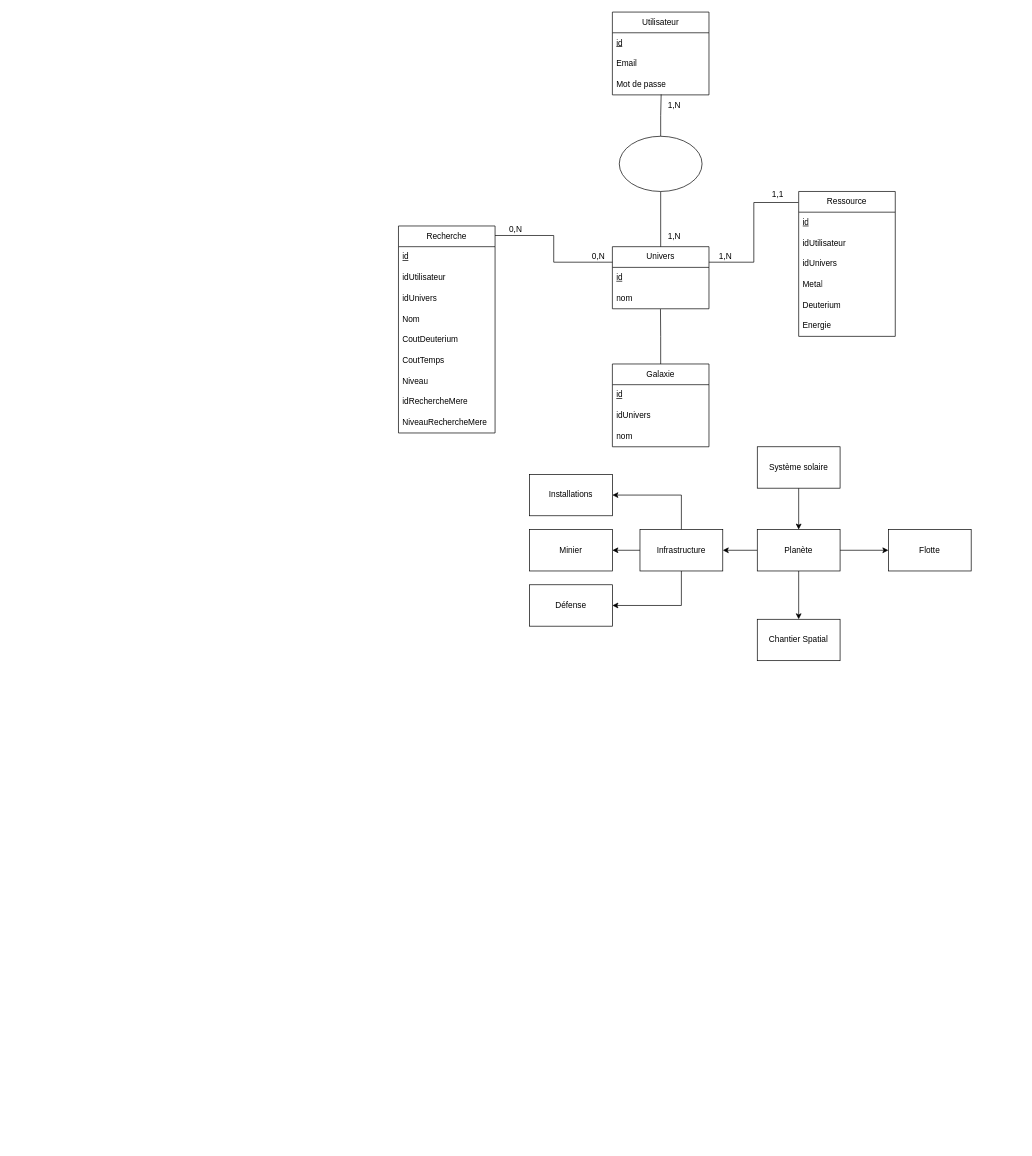
Above: Documents/ESIREM_Galactique.drawio in l-chapus/ProjetWEB (draw.io), before the change. Source tidied: cells renumbered, new cells numbered last; positions are measured from the earlier drawing's top-left corner, leaving out a move shared by most shapes. Both pictures are drawn from the tidied source at 69%, with x=0, y=0 at pixel (398, 12).
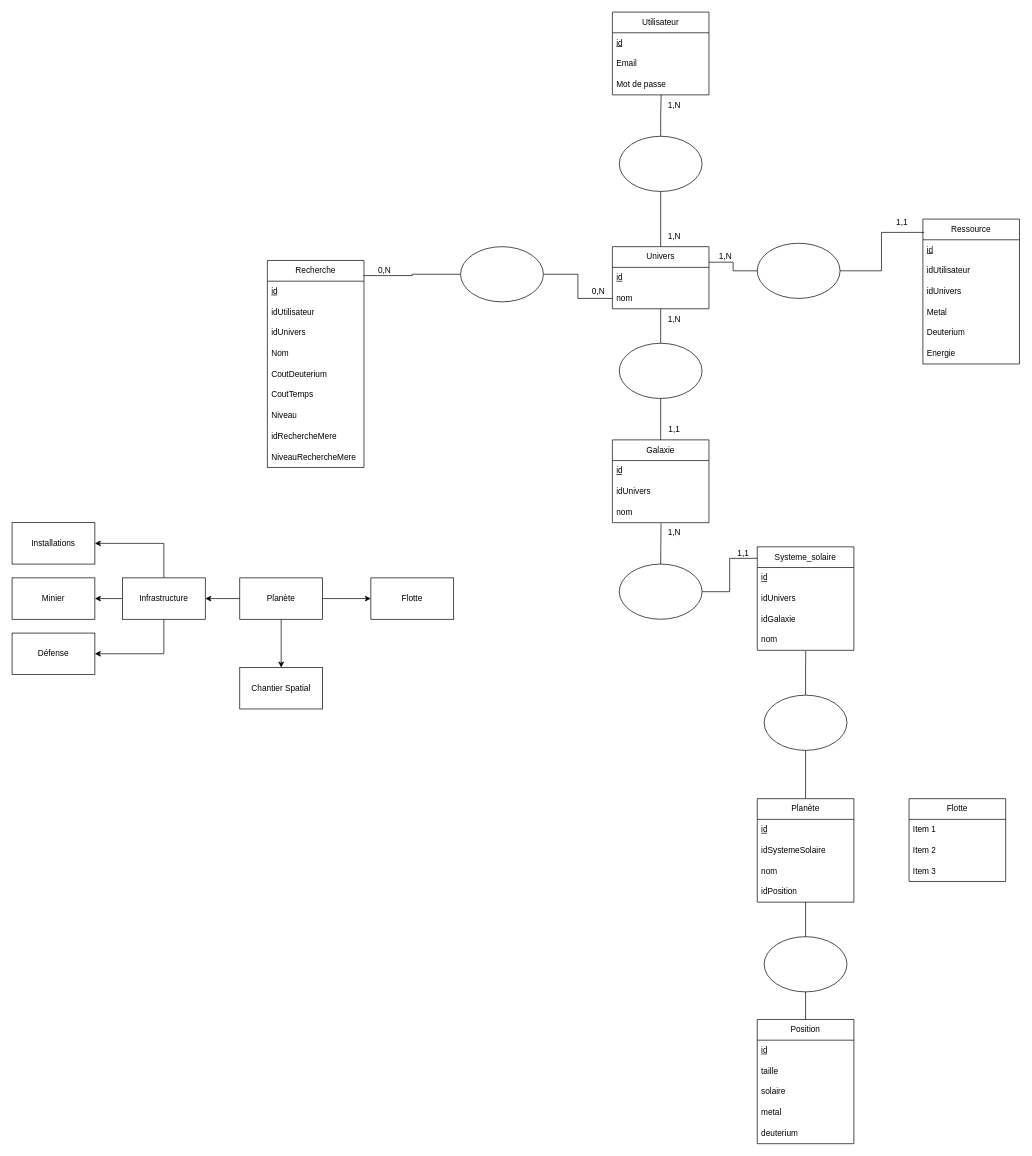
The same diagram, later.

The change refers to these unchanged cells:
```xml
<mxCell id="21" value="Univers" style="swimlane;fontStyle=0;horizontal=1;startSize=30;whiteSpace=wrap;html=1;" parent="1" vertex="1">
  <mxGeometry x="310" y="340" width="140" height="90" as="geometry" />
</mxCell>
<mxCell id="23" value="nom" style="text;strokeColor=none;fillColor=none;align=left;verticalAlign=middle;spacingLeft=4;spacingRight=4;overflow=hidden;points=[[0,0.5],[1,0.5]];portConstraint=eastwest;whiteSpace=wrap;html=1;" parent="21" vertex="1">
  <mxGeometry y="60" width="140" height="30" as="geometry" />
</mxCell>
<mxCell id="52" value="nom" style="text;strokeColor=none;fillColor=none;align=left;verticalAlign=middle;spacingLeft=4;spacingRight=4;overflow=hidden;points=[[0,0.5],[1,0.5]];portConstraint=eastwest;whiteSpace=wrap;html=1;" parent="49" vertex="1">
  <mxGeometry y="90" width="140" height="30" as="geometry" />
</mxCell>
```

Change to the diagram source:
```diff
@@
-    <mxCell id="2" style="edgeStyle=orthogonalEdgeStyle;rounded=0;jettySize=auto;html=1;exitX=0.5;exitY=1;exitDx=0;exitDy=0;entryX=0.5;entryY=0;entryDx=0;entryDy=0;" parent="1" edge="1" source="3" target="7">
-      <mxGeometry relative="1" as="geometry" />
-    </mxCell>
-    <mxCell id="3" value="Système solaire" style="rounded=0;whiteSpace=wrap;html=1;" parent="1" vertex="1">
-      <mxGeometry x="520" y="630" width="120" height="60" as="geometry" />
-    </mxCell>
@@
     <mxCell id="7" value="Planète" style="rounded=0;whiteSpace=wrap;html=1;" parent="1" vertex="1">
-      <mxGeometry x="520" y="750" width="120" height="60" as="geometry" />
+      <mxGeometry x="-230" y="820" width="120" height="60" as="geometry" />
     </mxCell>
     <mxCell id="8" value="Chantier Spatial" style="rounded=0;whiteSpace=wrap;html=1;" parent="1" vertex="1">
-      <mxGeometry x="520" y="880" width="120" height="60" as="geometry" />
+      <mxGeometry x="-230" y="950" width="120" height="60" as="geometry" />
     </mxCell>
     <mxCell id="9" value="Flotte" style="rounded=0;whiteSpace=wrap;html=1;" parent="1" vertex="1">
-      <mxGeometry x="710" y="750" width="120" height="60" as="geometry" />
+      <mxGeometry x="-40" y="820" width="120" height="60" as="geometry" />
     </mxCell>
@@
     <mxCell id="13" value="Infrastructure" style="rounded=0;whiteSpace=wrap;html=1;" parent="1" vertex="1">
-      <mxGeometry x="350" y="750" width="120" height="60" as="geometry" />
+      <mxGeometry x="-400" y="820" width="120" height="60" as="geometry" />
     </mxCell>
     <mxCell id="14" value="Défense" style="rounded=0;whiteSpace=wrap;html=1;" parent="1" vertex="1">
-      <mxGeometry x="190" y="830" width="120" height="60" as="geometry" />
+      <mxGeometry x="-560" y="900" width="120" height="60" as="geometry" />
     </mxCell>
     <mxCell id="15" value="Minier" style="rounded=0;whiteSpace=wrap;html=1;" parent="1" vertex="1">
-      <mxGeometry x="190" y="750" width="120" height="60" as="geometry" />
+      <mxGeometry x="-560" y="820" width="120" height="60" as="geometry" />
     </mxCell>
     <mxCell id="16" value="Installations" style="rounded=0;whiteSpace=wrap;html=1;" parent="1" vertex="1">
-      <mxGeometry x="190" y="670" width="120" height="60" as="geometry" />
+      <mxGeometry x="-560" y="740" width="120" height="60" as="geometry" />
     </mxCell>
@@
-    <mxCell id="26" style="edgeStyle=orthogonalEdgeStyle;rounded=0;jettySize=auto;html=1;exitX=0;exitY=0.25;exitDx=0;exitDy=0;entryX=0.994;entryY=0.046;entryDx=0;entryDy=0;entryPerimeter=0;endArrow=none;endFill=0;" parent="1" edge="1" source="21" target="31">
-      <mxGeometry relative="1" as="geometry" />
-    </mxCell>
-    <mxCell id="27" style="edgeStyle=orthogonalEdgeStyle;rounded=0;jettySize=auto;html=1;exitX=1;exitY=0.25;exitDx=0;exitDy=0;entryX=-0.002;entryY=0.076;entryDx=0;entryDy=0;entryPerimeter=0;endArrow=none;endFill=0;" parent="1" edge="1" source="21" target="41">
-      <mxGeometry relative="1" as="geometry" />
-    </mxCell>
@@
     <mxCell id="31" value="Recherche" style="swimlane;fontStyle=0;horizontal=1;startSize=30;whiteSpace=wrap;html=1;" parent="1" vertex="1">
-      <mxGeometry y="310" width="140" height="300" as="geometry" />
+      <mxGeometry x="-190" y="360" width="140" height="300" as="geometry" />
     </mxCell>
@@
     <mxCell id="41" value="Ressource" style="swimlane;fontStyle=0;horizontal=1;startSize=30;whiteSpace=wrap;html=1;" parent="1" vertex="1">
-      <mxGeometry x="580" y="260" width="140" height="210" as="geometry" />
+      <mxGeometry x="760" y="300" width="140" height="210" as="geometry" />
     </mxCell>
@@
-    <mxCell id="48" style="edgeStyle=orthogonalEdgeStyle;rounded=0;jettySize=auto;html=1;exitX=0.5;exitY=0;exitDx=0;exitDy=0;entryX=0.498;entryY=1.017;entryDx=0;entryDy=0;entryPerimeter=0;endArrow=none;endFill=0;" parent="1" edge="1" source="49" target="23">
-      <mxGeometry relative="1" as="geometry" />
-    </mxCell>
     <mxCell id="49" value="Galaxie" style="swimlane;fontStyle=0;horizontal=1;startSize=30;whiteSpace=wrap;html=1;" parent="1" vertex="1">
-      <mxGeometry x="310" y="510" width="140" height="120" as="geometry" />
+      <mxGeometry x="310" y="620" width="140" height="120" as="geometry" />
     </mxCell>
@@
     <mxCell id="53" value="1,1" style="text;html=1;strokeColor=none;fillColor=none;align=center;verticalAlign=middle;whiteSpace=wrap;rounded=0;" parent="1" vertex="1">
-      <mxGeometry x="520" y="250" width="60" height="30" as="geometry" />
+      <mxGeometry x="700" y="290" width="60" height="30" as="geometry" />
     </mxCell>
     <mxCell id="54" value="0,N" style="text;html=1;strokeColor=none;fillColor=none;align=center;verticalAlign=middle;whiteSpace=wrap;rounded=0;" parent="1" vertex="1">
-      <mxGeometry x="140" y="300" width="60" height="30" as="geometry" />
+      <mxGeometry x="-50" y="360" width="60" height="30" as="geometry" />
     </mxCell>
     <mxCell id="55" value="0,N" style="text;html=1;strokeColor=none;fillColor=none;align=center;verticalAlign=middle;whiteSpace=wrap;rounded=0;" parent="1" vertex="1">
-      <mxGeometry x="260" y="340" width="60" height="30" as="geometry" />
+      <mxGeometry x="260" y="390" width="60" height="30" as="geometry" />
     </mxCell>
     <mxCell id="56" value="1,N" style="text;html=1;strokeColor=none;fillColor=none;align=center;verticalAlign=middle;whiteSpace=wrap;rounded=0;" parent="1" vertex="1">
-      <mxGeometry x="444" y="340" width="60" height="30" as="geometry" />
+      <mxGeometry x="443.5" y="340" width="60" height="30" as="geometry" />
     </mxCell>
+    <mxCell id="57" style="edgeStyle=orthogonalEdgeStyle;rounded=0;jettySize=auto;html=1;endArrow=none;endFill=0;" parent="1" edge="1" source="59" target="23">
+      <mxGeometry relative="1" as="geometry" />
+    </mxCell>
+    <mxCell id="58" style="edgeStyle=orthogonalEdgeStyle;rounded=0;jettySize=auto;html=1;endArrow=none;endFill=0;entryX=0.993;entryY=0.073;entryDx=0;entryDy=0;entryPerimeter=0;" parent="1" edge="1" source="59" target="31">
+      <mxGeometry relative="1" as="geometry" />
+    </mxCell>
+    <mxCell id="59" style="ellipse;whiteSpace=wrap;html=1;" parent="1" vertex="1">
+      <mxGeometry x="90" y="340" width="120" height="80" as="geometry" />
+    </mxCell>
+    <mxCell id="60" style="edgeStyle=orthogonalEdgeStyle;rounded=0;jettySize=auto;html=1;exitX=0;exitY=0.5;exitDx=0;exitDy=0;entryX=1;entryY=0.25;entryDx=0;entryDy=0;endArrow=none;endFill=0;" parent="1" edge="1" source="62" target="21">
+      <mxGeometry relative="1" as="geometry" />
+    </mxCell>
+    <mxCell id="61" style="edgeStyle=orthogonalEdgeStyle;rounded=0;jettySize=auto;html=1;exitX=1;exitY=0.5;exitDx=0;exitDy=0;entryX=0.012;entryY=0.092;entryDx=0;entryDy=0;entryPerimeter=0;endArrow=none;endFill=0;" parent="1" edge="1" source="62" target="41">
+      <mxGeometry relative="1" as="geometry" />
+    </mxCell>
+    <mxCell id="62" style="ellipse;whiteSpace=wrap;html=1;" parent="1" vertex="1">
+      <mxGeometry x="520" y="335" width="120" height="80" as="geometry" />
+    </mxCell>
+    <mxCell id="63" style="ellipse;whiteSpace=wrap;html=1;" parent="1" vertex="1">
+      <mxGeometry x="320" y="480" width="120" height="80" as="geometry" />
+    </mxCell>
+    <mxCell id="64" style="endArrow=none;html=1;rounded=0;entryX=0.5;entryY=1;entryDx=0;entryDy=0;exitX=0.5;exitY=0;exitDx=0;exitDy=0;" parent="1" edge="1" source="49" target="63">
+      <mxGeometry relative="1" as="geometry" />
+    </mxCell>
+    <mxCell id="65" style="endArrow=none;html=1;rounded=0;exitX=0.5;exitY=0;exitDx=0;exitDy=0;" parent="1" edge="1" source="63">
+      <mxGeometry relative="1" as="geometry">
+        <mxPoint x="380" y="430" as="targetPoint" />
+      </mxGeometry>
+    </mxCell>
+    <mxCell id="66" value="1,N" style="text;html=1;strokeColor=none;fillColor=none;align=center;verticalAlign=middle;whiteSpace=wrap;rounded=0;" parent="1" vertex="1">
+      <mxGeometry x="370" y="430" width="60" height="30" as="geometry" />
+    </mxCell>
+    <mxCell id="67" value="1,1" style="text;html=1;strokeColor=none;fillColor=none;align=center;verticalAlign=middle;whiteSpace=wrap;rounded=0;" parent="1" vertex="1">
+      <mxGeometry x="370" y="590" width="60" height="30" as="geometry" />
+    </mxCell>
+    <mxCell id="68" style="edgeStyle=orthogonalEdgeStyle;rounded=0;jettySize=auto;html=1;exitX=1;exitY=0.5;exitDx=0;exitDy=0;entryX=0.008;entryY=0.111;entryDx=0;entryDy=0;entryPerimeter=0;endArrow=none;endFill=0;" parent="1" edge="1" source="69" target="71">
+      <mxGeometry relative="1" as="geometry" />
+    </mxCell>
+    <mxCell id="69" style="ellipse;whiteSpace=wrap;html=1;" parent="1" vertex="1">
+      <mxGeometry x="320" y="800" width="120" height="80" as="geometry" />
+    </mxCell>
+    <mxCell id="70" style="endArrow=none;html=1;rounded=0;entryX=0.504;entryY=1.035;entryDx=0;entryDy=0;entryPerimeter=0;" parent="1" edge="1" source="69" target="52">
+      <mxGeometry relative="1" as="geometry" />
+    </mxCell>
+    <mxCell id="71" value="Systeme_solaire" style="swimlane;fontStyle=0;horizontal=1;startSize=30;whiteSpace=wrap;html=1;" parent="1" vertex="1">
+      <mxGeometry x="520" y="775" width="140" height="150" as="geometry" />
+    </mxCell>
+    <mxCell id="72" value="id" style="text;strokeColor=none;fillColor=none;align=left;verticalAlign=middle;spacingLeft=4;spacingRight=4;overflow=hidden;whiteSpace=wrap;html=1;fontStyle=4;" parent="71" vertex="1">
+      <mxGeometry y="30" width="140" height="30" as="geometry" />
+    </mxCell>
+    <mxCell id="73" value="idUnivers" style="text;strokeColor=none;fillColor=none;align=left;verticalAlign=middle;spacingLeft=4;spacingRight=4;overflow=hidden;whiteSpace=wrap;html=1;" parent="71" vertex="1">
+      <mxGeometry y="60" width="140" height="30" as="geometry" />
+    </mxCell>
+    <mxCell id="74" value="idGalaxie" style="text;strokeColor=none;fillColor=none;align=left;verticalAlign=middle;spacingLeft=4;spacingRight=4;overflow=hidden;whiteSpace=wrap;html=1;" parent="71" vertex="1">
+      <mxGeometry y="90" width="140" height="30" as="geometry" />
+    </mxCell>
+    <mxCell id="75" value="nom" style="text;strokeColor=none;fillColor=none;align=left;verticalAlign=middle;spacingLeft=4;spacingRight=4;overflow=hidden;points=[[0,0.5],[1,0.5]];portConstraint=eastwest;whiteSpace=wrap;html=1;" parent="71" vertex="1">
+      <mxGeometry y="120" width="140" height="30" as="geometry" />
+    </mxCell>
+    <mxCell id="76" value="1,N" style="text;html=1;strokeColor=none;fillColor=none;align=center;verticalAlign=middle;whiteSpace=wrap;rounded=0;" parent="1" vertex="1">
+      <mxGeometry x="370" y="740" width="60" height="30" as="geometry" />
+    </mxCell>
+    <mxCell id="77" value="1,1" style="text;html=1;strokeColor=none;fillColor=none;align=center;verticalAlign=middle;whiteSpace=wrap;rounded=0;" parent="1" vertex="1">
+      <mxGeometry x="470" y="770" width="60" height="30" as="geometry" />
+    </mxCell>
+    <mxCell id="78" style="edgeStyle=orthogonalEdgeStyle;rounded=0;jettySize=auto;html=1;exitX=0.5;exitY=0;exitDx=0;exitDy=0;entryX=0.502;entryY=1.033;entryDx=0;entryDy=0;entryPerimeter=0;endArrow=none;endFill=0;" parent="1" edge="1" source="79" target="75">
+      <mxGeometry relative="1" as="geometry" />
+    </mxCell>
+    <mxCell id="79" style="ellipse;whiteSpace=wrap;html=1;" parent="1" vertex="1">
+      <mxGeometry x="530" y="990" width="120" height="80" as="geometry" />
+    </mxCell>
+    <mxCell id="80" style="edgeStyle=orthogonalEdgeStyle;rounded=0;jettySize=auto;html=1;exitX=0.5;exitY=0;exitDx=0;exitDy=0;entryX=0.5;entryY=1;entryDx=0;entryDy=0;endArrow=none;endFill=0;" parent="1" edge="1" source="81" target="79">
+      <mxGeometry relative="1" as="geometry" />
+    </mxCell>
+    <mxCell id="81" value="Planète" style="swimlane;fontStyle=0;horizontal=1;startSize=30;whiteSpace=wrap;html=1;" parent="1" vertex="1">
+      <mxGeometry x="520" y="1140" width="140" height="150" as="geometry" />
+    </mxCell>
+    <mxCell id="82" value="&lt;u&gt;id&lt;/u&gt;" style="text;strokeColor=none;fillColor=none;align=left;verticalAlign=middle;spacingLeft=4;spacingRight=4;overflow=hidden;whiteSpace=wrap;html=1;" parent="81" vertex="1">
+      <mxGeometry y="30" width="140" height="30" as="geometry" />
+    </mxCell>
+    <mxCell id="83" value="idSystemeSolaire" style="text;strokeColor=none;fillColor=none;align=left;verticalAlign=middle;spacingLeft=4;spacingRight=4;overflow=hidden;whiteSpace=wrap;html=1;" parent="81" vertex="1">
+      <mxGeometry y="60" width="140" height="30" as="geometry" />
+    </mxCell>
+    <mxCell id="84" value="nom" style="text;strokeColor=none;fillColor=none;align=left;verticalAlign=middle;spacingLeft=4;spacingRight=4;overflow=hidden;whiteSpace=wrap;html=1;" parent="81" vertex="1">
+      <mxGeometry y="90" width="140" height="30" as="geometry" />
+    </mxCell>
+    <mxCell id="85" value="idPosition" style="text;strokeColor=none;fillColor=none;align=left;verticalAlign=middle;spacingLeft=4;spacingRight=4;overflow=hidden;whiteSpace=wrap;html=1;" parent="81" vertex="1">
+      <mxGeometry y="120" width="140" height="30" as="geometry" />
+    </mxCell>
+    <mxCell id="86" value="Flotte" style="swimlane;fontStyle=0;horizontal=1;startSize=30;whiteSpace=wrap;html=1;" parent="1" vertex="1">
+      <mxGeometry x="740" y="1140" width="140" height="120" as="geometry" />
+    </mxCell>
+    <mxCell id="87" value="Item 1" style="text;strokeColor=none;fillColor=none;align=left;verticalAlign=middle;spacingLeft=4;spacingRight=4;overflow=hidden;whiteSpace=wrap;html=1;" parent="86" vertex="1">
+      <mxGeometry y="30" width="140" height="30" as="geometry" />
+    </mxCell>
+    <mxCell id="88" value="Item 2" style="text;strokeColor=none;fillColor=none;align=left;verticalAlign=middle;spacingLeft=4;spacingRight=4;overflow=hidden;whiteSpace=wrap;html=1;" parent="86" vertex="1">
+      <mxGeometry y="60" width="140" height="30" as="geometry" />
+    </mxCell>
+    <mxCell id="89" value="Item 3" style="text;strokeColor=none;fillColor=none;align=left;verticalAlign=middle;spacingLeft=4;spacingRight=4;overflow=hidden;whiteSpace=wrap;html=1;" parent="86" vertex="1">
+      <mxGeometry y="90" width="140" height="30" as="geometry" />
+    </mxCell>
+    <mxCell id="90" value="Position" style="swimlane;fontStyle=0;horizontal=1;startSize=30;whiteSpace=wrap;html=1;" parent="1" vertex="1">
+      <mxGeometry x="520" y="1460" width="140" height="180" as="geometry" />
+    </mxCell>
+    <mxCell id="91" value="&lt;u&gt;id&lt;/u&gt;" style="text;strokeColor=none;fillColor=none;align=left;verticalAlign=middle;spacingLeft=4;spacingRight=4;overflow=hidden;whiteSpace=wrap;html=1;" parent="90" vertex="1">
+      <mxGeometry y="30" width="140" height="30" as="geometry" />
+    </mxCell>
+    <mxCell id="92" value="taille" style="text;strokeColor=none;fillColor=none;align=left;verticalAlign=middle;spacingLeft=4;spacingRight=4;overflow=hidden;whiteSpace=wrap;html=1;" parent="90" vertex="1">
+      <mxGeometry y="60" width="140" height="30" as="geometry" />
+    </mxCell>
+    <mxCell id="93" value="solaire" style="text;strokeColor=none;fillColor=none;align=left;verticalAlign=middle;spacingLeft=4;spacingRight=4;overflow=hidden;whiteSpace=wrap;html=1;" parent="90" vertex="1">
+      <mxGeometry y="90" width="140" height="30" as="geometry" />
+    </mxCell>
+    <mxCell id="94" value="metal" style="text;strokeColor=none;fillColor=none;align=left;verticalAlign=middle;spacingLeft=4;spacingRight=4;overflow=hidden;whiteSpace=wrap;html=1;" parent="90" vertex="1">
+      <mxGeometry y="120" width="140" height="30" as="geometry" />
+    </mxCell>
+    <mxCell id="95" value="deuterium" style="text;strokeColor=none;fillColor=none;align=left;verticalAlign=middle;spacingLeft=4;spacingRight=4;overflow=hidden;whiteSpace=wrap;html=1;" parent="90" vertex="1">
+      <mxGeometry y="150" width="140" height="30" as="geometry" />
+    </mxCell>
+    <mxCell id="96" style="ellipse;whiteSpace=wrap;html=1;" parent="1" vertex="1">
+      <mxGeometry x="530" y="1340" width="120" height="80" as="geometry" />
+    </mxCell>
+    <mxCell id="97" style="endArrow=none;html=1;rounded=0;exitX=0.5;exitY=0;exitDx=0;exitDy=0;" parent="1" edge="1" source="96">
+      <mxGeometry relative="1" as="geometry">
+        <mxPoint x="590" y="1290" as="targetPoint" />
+      </mxGeometry>
+    </mxCell>
+    <mxCell id="98" style="endArrow=none;html=1;rounded=0;exitX=0.5;exitY=0;exitDx=0;exitDy=0;entryX=0.5;entryY=1;entryDx=0;entryDy=0;" parent="1" edge="1" source="90" target="96">
+      <mxGeometry relative="1" as="geometry" />
+    </mxCell>
```
